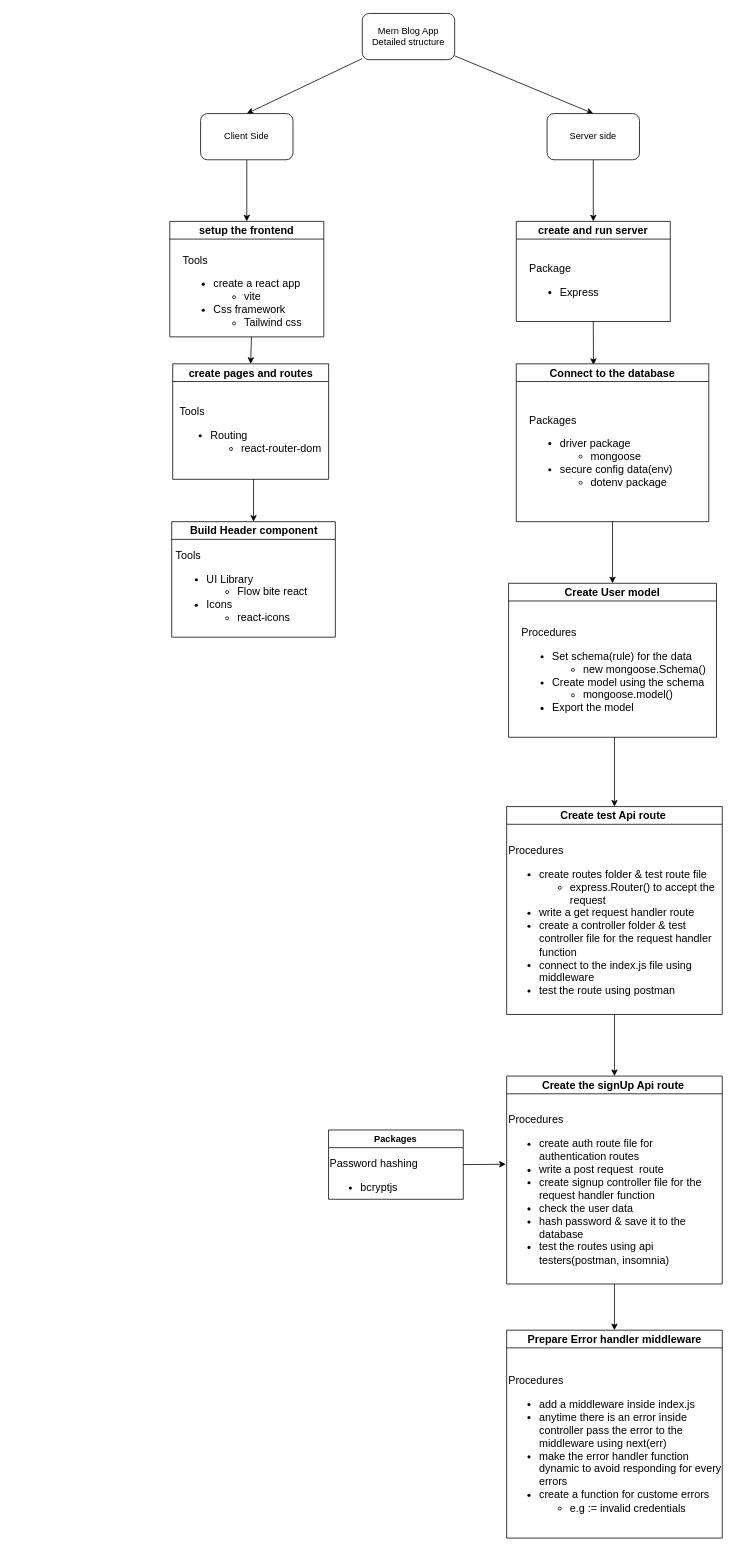
Above: structure.drawio in Tsegazeab-dev/Habesha-Blog (draw.io), before the change. Source tidied: cells renumbered, new cells numbered last; positions are measured from the earlier drawing's top-left corner, leaving out a move shared by most shapes. Both pictures are drawn from the tidied source at 77%, with x=0, y=0 at pixel (169, 13).
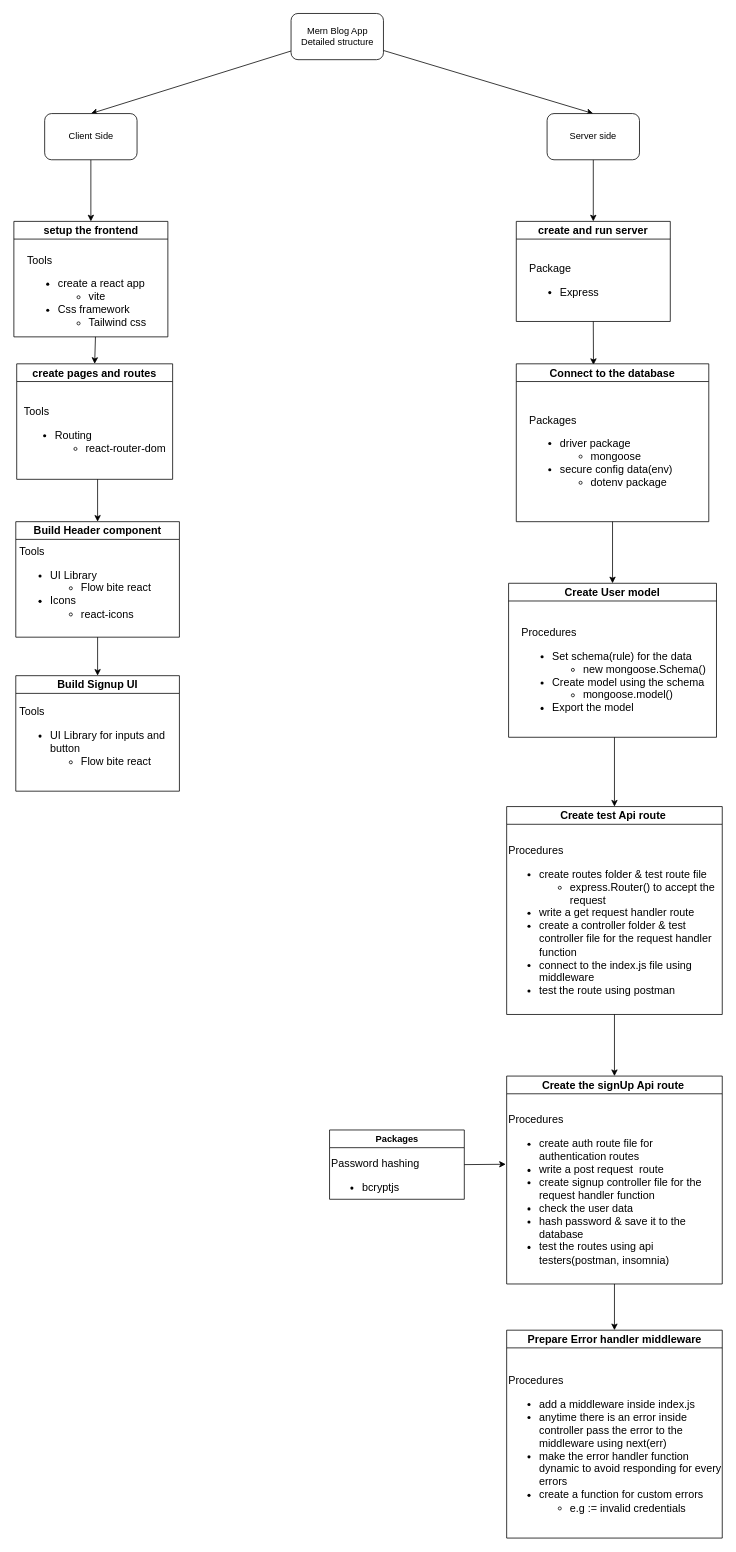
The same page after the edit.

Unchanged cells that the change refers to:
```xml
<mxCell id="31" value="Prepare Error handler middleware" style="swimlane;whiteSpace=wrap;html=1;fontSize=14;" parent="1" vertex="1">
  <mxGeometry x="437.5" y="1710" width="280" height="270" as="geometry" />
</mxCell>
```

Diff of the diagram source:
```diff
@@
     <mxCell id="4" value="Mern Blog App Detailed structure" style="rounded=1;whiteSpace=wrap;html=1;" parent="1" vertex="1">
-      <mxGeometry x="250" width="120" height="60" as="geometry" />
+      <mxGeometry x="157.5" width="120" height="60" as="geometry" />
     </mxCell>
@@
     <mxCell id="8" value="Client Side" style="rounded=1;whiteSpace=wrap;html=1;" parent="1" vertex="1">
-      <mxGeometry x="40" y="130" width="120" height="60" as="geometry" />
+      <mxGeometry x="-162.5" y="130" width="120" height="60" as="geometry" />
     </mxCell>
     <mxCell id="9" value="setup the frontend" style="swimlane;whiteSpace=wrap;html=1;fontSize=14;" parent="1" vertex="1">
-      <mxGeometry y="270" width="200" height="150" as="geometry" />
+      <mxGeometry x="-202.5" y="270" width="200" height="150" as="geometry" />
     </mxCell>
@@
     <mxCell id="11" value="create pages and routes" style="swimlane;whiteSpace=wrap;html=1;fontSize=14;" parent="1" vertex="1">
-      <mxGeometry x="3.8" y="455" width="202.5" height="150" as="geometry" />
+      <mxGeometry x="-198.8" y="455" width="202.5" height="150" as="geometry" />
     </mxCell>
@@
+    <mxCell id="37" style="edgeStyle=none;html=1;entryX=0.5;entryY=0;entryDx=0;entryDy=0;" parent="1" edge="1" source="14" target="38">
+      <mxGeometry relative="1" as="geometry" />
+    </mxCell>
     <mxCell id="14" value="Build Header component" style="swimlane;whiteSpace=wrap;html=1;fontSize=14;" parent="1" vertex="1">
-      <mxGeometry x="2.5" y="660" width="212.5" height="150" as="geometry" />
+      <mxGeometry x="-200" y="660" width="212.5" height="150" as="geometry" />
     </mxCell>
     <mxCell id="15" value="&lt;div style=&quot;&quot;&gt;&lt;span style=&quot;background-color: initial;&quot;&gt;Tools&lt;/span&gt;&lt;/div&gt;&lt;div style=&quot;&quot;&gt;&lt;ul&gt;&lt;li&gt;UI Library&lt;/li&gt;&lt;ul&gt;&lt;li&gt;Flow bite react&lt;/li&gt;&lt;/ul&gt;&lt;li&gt;Icons&lt;/li&gt;&lt;ul&gt;&lt;li&gt;react-icons&lt;/li&gt;&lt;/ul&gt;&lt;/ul&gt;&lt;br&gt;&lt;/div&gt;&lt;div style=&quot;&quot;&gt;&lt;br&gt;&lt;/div&gt;" style="text;html=1;strokeColor=none;fillColor=none;align=left;verticalAlign=middle;whiteSpace=wrap;rounded=0;fontSize=14;" parent="14" vertex="1">
-      <mxGeometry x="3.8" y="60" width="206.2" height="95" as="geometry" />
+      <mxGeometry x="3.1" y="55" width="206.2" height="95" as="geometry" />
     </mxCell>
@@
-    <mxCell id="32" value="&lt;div style=&quot;&quot;&gt;Procedures&lt;/div&gt;&lt;div style=&quot;&quot;&gt;&lt;ul&gt;&lt;li&gt;add a middleware inside index.js&amp;nbsp;&lt;/li&gt;&lt;li&gt;anytime there is an error inside controller pass the error to the middleware using next(err)&lt;/li&gt;&lt;li&gt;make the error handler function dynamic to avoid responding for every errors&lt;/li&gt;&lt;li&gt;create a function for custome errors&lt;/li&gt;&lt;ul&gt;&lt;li&gt;&lt;span style=&quot;background-color: initial;&quot;&gt;e.g := invalid credentials&amp;nbsp;&lt;/span&gt;&lt;/li&gt;&lt;/ul&gt;&lt;/ul&gt;&lt;/div&gt;" style="text;html=1;strokeColor=none;fillColor=none;align=left;verticalAlign=middle;whiteSpace=wrap;rounded=0;fontSize=14;" parent="31" vertex="1">
+    <mxCell id="32" value="&lt;div style=&quot;&quot;&gt;Procedures&lt;/div&gt;&lt;div style=&quot;&quot;&gt;&lt;ul&gt;&lt;li&gt;add a middleware inside index.js&amp;nbsp;&lt;/li&gt;&lt;li&gt;anytime there is an error inside controller pass the error to the middleware using next(err)&lt;/li&gt;&lt;li&gt;make the error handler function dynamic to avoid responding for every errors&lt;/li&gt;&lt;li&gt;create a function for custom errors&lt;/li&gt;&lt;ul&gt;&lt;li&gt;&lt;span style=&quot;background-color: initial;&quot;&gt;e.g := invalid credentials&amp;nbsp;&lt;/span&gt;&lt;/li&gt;&lt;/ul&gt;&lt;/ul&gt;&lt;/div&gt;" style="text;html=1;strokeColor=none;fillColor=none;align=left;verticalAlign=middle;whiteSpace=wrap;rounded=0;fontSize=14;" parent="31" vertex="1">
       <mxGeometry y="40" width="280" height="230" as="geometry" />
     </mxCell>
@@
     <mxCell id="34" value="Packages" style="swimlane;whiteSpace=wrap;html=1;" parent="1" vertex="1">
-      <mxGeometry x="206.2" y="1450" width="175" height="90" as="geometry" />
+      <mxGeometry x="207.5" y="1450" width="175" height="90" as="geometry" />
     </mxCell>
@@
+    <mxCell id="38" value="Build Signup UI" style="swimlane;whiteSpace=wrap;html=1;fontSize=14;" parent="1" vertex="1">
+      <mxGeometry x="-200" y="860" width="212.5" height="150" as="geometry" />
+    </mxCell>
+    <mxCell id="39" value="&lt;div style=&quot;&quot;&gt;&lt;span style=&quot;background-color: initial;&quot;&gt;Tools&lt;/span&gt;&lt;/div&gt;&lt;div style=&quot;&quot;&gt;&lt;ul&gt;&lt;li&gt;UI Library for inputs and button&lt;/li&gt;&lt;ul&gt;&lt;li&gt;Flow bite react&lt;/li&gt;&lt;/ul&gt;&lt;/ul&gt;&lt;br&gt;&lt;/div&gt;&lt;div style=&quot;&quot;&gt;&lt;br&gt;&lt;/div&gt;" style="text;html=1;strokeColor=none;fillColor=none;align=left;verticalAlign=middle;whiteSpace=wrap;rounded=0;fontSize=14;" parent="38" vertex="1">
+      <mxGeometry x="3.1" y="55" width="206.2" height="95" as="geometry" />
+    </mxCell>
```
